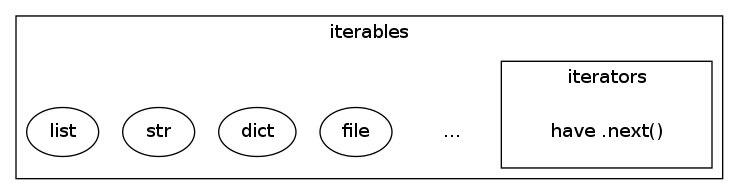
Above: iterable_iterator.png in wardi/iterables-iterators-generators (Graphviz), before the change. Its source is kept beside it as iterable_iterator.dot.
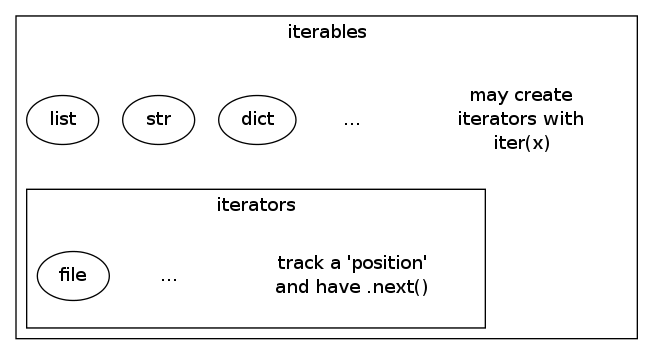
After the commit.

Commit message:
update iterables and iterator diagram

What changed in the source:
```diff
@@ -1,15 +1,16 @@
 digraph iterable_iterator {
 	subgraph cluster1 {
 		label = "iterables";
-		"..." [style=filled,color=white];
-		file;
+		"may create\niterators with\niter(x)" [style=filled,color=white];
+		"... " [style=filled,color=white];
 		dict;
 		str;
-		list;
+		list -> "track a 'position'\nand have .next()" [style=invis];
 		subgraph cluster2 {
+			"track a 'position'\nand have .next()" [style=filled,color=white];
+			"..." [style=filled,color=white];
+			file;
 			label = "iterators";
-			node [style=filled,color=white];
-			"have .next()"
 		}
 	}
 }
```
